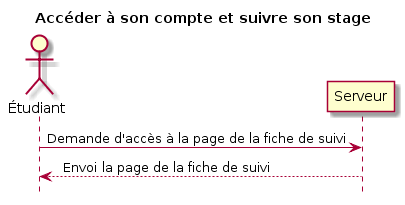
This is Diagramme/ELEVE/Acceder a son compte et suivre son stage.png from Lilieon/MOCI---Projet-stage, a PlantUML export, as it was before one commit.
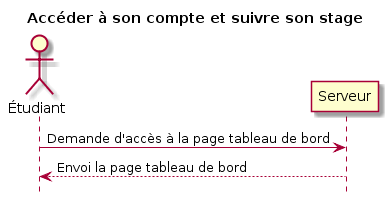
After the commit.

What changed in the source:
```diff
@@ -1,10 +1,13 @@
 @startuml
 title Accéder à son compte et suivre son stage
 
+
 actor Étudiant
 
-Étudiant -> Serveur: Demande d'accès à la page de la fiche de suivi
-Serveur --> Étudiant: Envois la page de la fiche de suivi
+
+Étudiant -> Serveur: Demande d'accès à la page tableau de bord
+Serveur --> Étudiant: Envoi la page tableau de bord
+
 
 hide footbox
 @enduml
```
